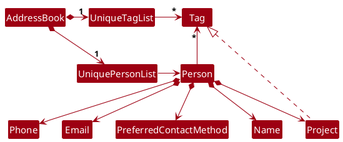
Earlier version of the PlantUML export docs/images/BetterModelClassDiagram.png (FadhilPM/tp).
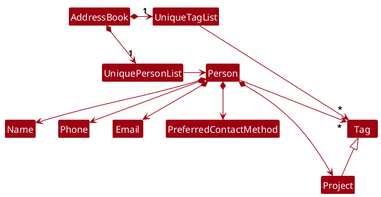
After the commit.

Commit message:
Fix uml error

Diff of the diagram source:
```diff
@@ -12,7 +12,7 @@
 UniqueTagList -right-> "*" Tag
 UniquePersonList -right-> Person
 
-Person -up-> "*" Tag
+Person --> "*" Tag
 
 Person *--> Name
 Person *--> Phone
@@ -20,5 +20,5 @@
 Person *--> PreferredContactMethod
 Person *--> Project
 
-Project .up.|> Tag
+Project -up-|> Tag
 @enduml
```
